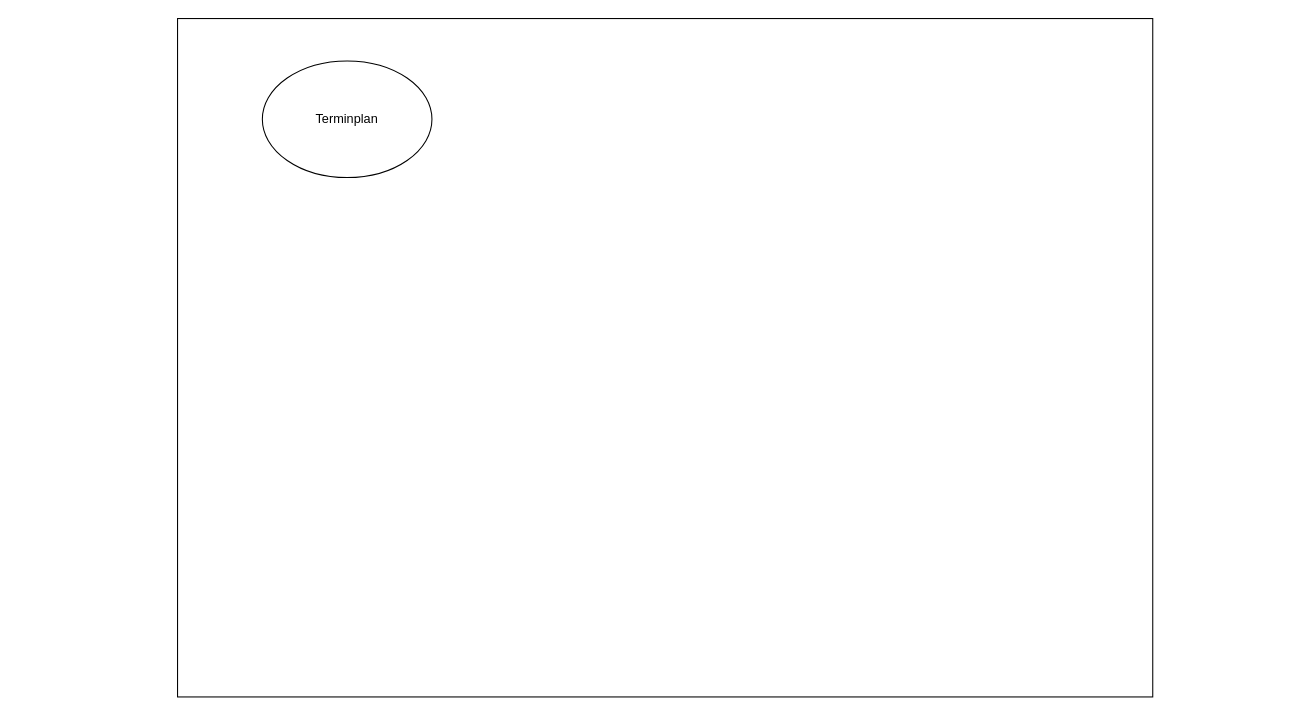
koemre/uml-SE-ClinicPlannerSystems keeps this draw.io diagram as Unbenanntes Diagramm.drawio. Above is the earlier version. Source tidied: cells renumbered, new cells numbered last; positions are measured from the earlier drawing's top-left corner, leaving out a move shared by most shapes. Both pictures are drawn from the tidied source at 106%, with x=0, y=0 at pixel (177, 18).
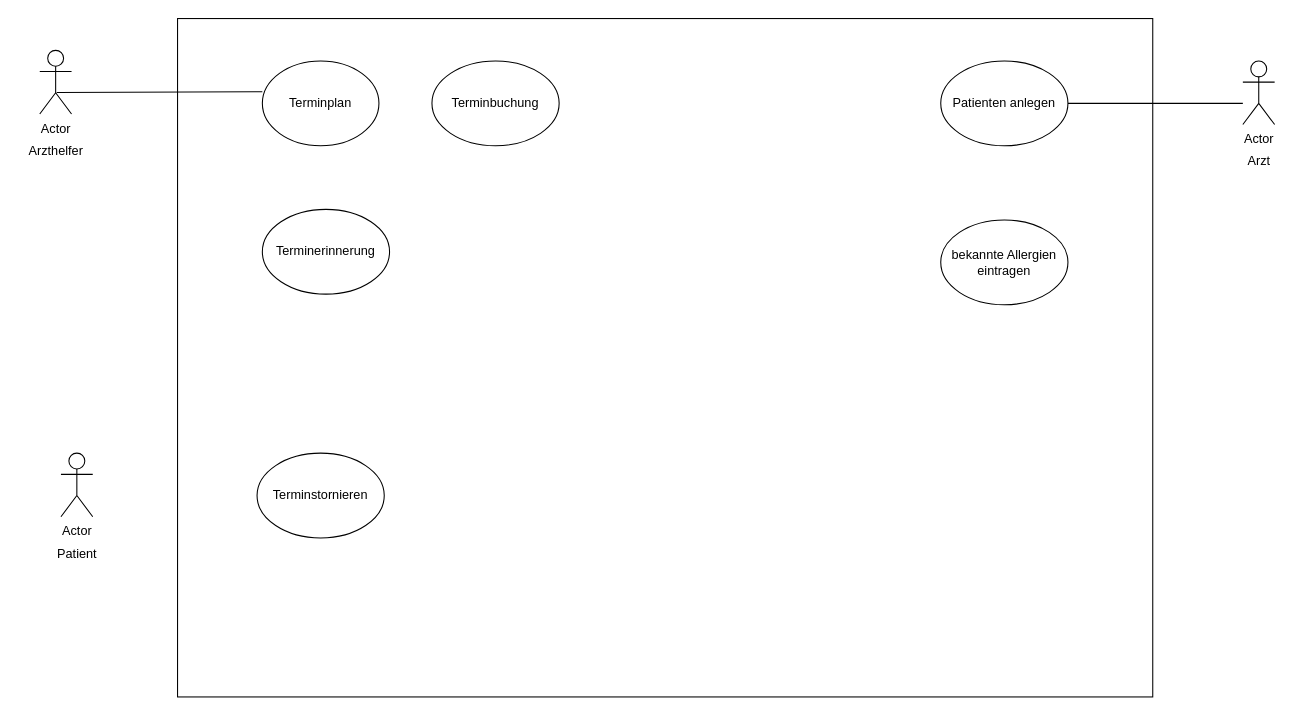
The same diagram, later.

Change to the diagram source:
```diff
@@
 <mxGraphModel>
   <root>
     <mxCell id="0" />
     <mxCell id="1" parent="0" />
     <mxCell id="2" style="rounded=0;whiteSpace=wrap;html=1;fillColor=none;" parent="1" vertex="1">
       <mxGeometry width="920" height="640" as="geometry" />
     </mxCell>
     <mxCell id="3" value="Terminplan" style="ellipse;whiteSpace=wrap;html=1;align=center;" parent="1" vertex="1">
-      <mxGeometry x="80" y="40" width="160" height="110" as="geometry" />
+      <mxGeometry x="80" y="40" width="110" height="80" as="geometry" />
     </mxCell>
+    <mxCell id="4" value="Arzthelfer" style="text;html=1;align=center;verticalAlign=middle;strokeColor=none;fillColor=none;" parent="1" vertex="1">
+      <mxGeometry x="-150" y="110" width="70" height="30" as="geometry" />
+    </mxCell>
+    <mxCell id="5" value="Terminbuchung" style="ellipse;whiteSpace=wrap;html=1;" parent="1" vertex="1">
+      <mxGeometry x="240" y="40" width="120" height="80" as="geometry" />
+    </mxCell>
+    <mxCell id="6" value="Terminerinnerung" style="ellipse;whiteSpace=wrap;html=1;" parent="1" vertex="1">
+      <mxGeometry x="80" y="180" width="120" height="80" as="geometry" />
+    </mxCell>
+    <mxCell id="7" value="Actor" style="shape=umlActor;verticalLabelPosition=bottom;verticalAlign=top;html=1;" parent="1" vertex="1">
+      <mxGeometry x="-110" y="410" width="30" height="60" as="geometry" />
+    </mxCell>
+    <mxCell id="8" value="Actor" style="shape=umlActor;verticalLabelPosition=bottom;verticalAlign=top;html=1;" parent="1" vertex="1">
+      <mxGeometry x="-130" y="30" width="30" height="60" as="geometry" />
+    </mxCell>
+    <mxCell id="9" value="Patient" style="text;html=1;align=center;verticalAlign=middle;strokeColor=none;fillColor=none;" parent="1" vertex="1">
+      <mxGeometry x="-125" y="490" width="60" height="30" as="geometry" />
+    </mxCell>
+    <mxCell id="10" value="Terminstornieren" style="ellipse;whiteSpace=wrap;html=1;" parent="1" vertex="1">
+      <mxGeometry x="75" y="410" width="120" height="80" as="geometry" />
+    </mxCell>
+    <mxCell id="11" value="Actor" style="shape=umlActor;verticalLabelPosition=bottom;verticalAlign=top;html=1;" parent="1" vertex="1">
+      <mxGeometry x="1005" y="40" width="30" height="60" as="geometry" />
+    </mxCell>
+    <mxCell id="12" value="Arzt" style="text;html=1;align=center;verticalAlign=middle;strokeColor=none;fillColor=none;" parent="1" vertex="1">
+      <mxGeometry x="1000" y="120" width="40" height="30" as="geometry" />
+    </mxCell>
+    <mxCell id="13" value="Patienten anlegen" style="ellipse;whiteSpace=wrap;html=1;" parent="1" vertex="1">
+      <mxGeometry x="720" y="40" width="120" height="80" as="geometry" />
+    </mxCell>
+    <mxCell id="14" style="endArrow=none;html=1;rounded=0;exitX=1;exitY=0.5;exitDx=0;exitDy=0;" parent="1" edge="1" source="13">
+      <mxGeometry relative="1" as="geometry">
+        <mxPoint x="1005" y="80" as="targetPoint" />
+      </mxGeometry>
+    </mxCell>
+    <mxCell id="15" style="endArrow=none;html=1;rounded=0;" parent="1" edge="1">
+      <mxGeometry relative="1" as="geometry">
+        <mxPoint x="-114" y="69.7" as="sourcePoint" />
+        <mxPoint x="80" y="69" as="targetPoint" />
+      </mxGeometry>
+    </mxCell>
+    <mxCell id="16" value="bekannte Allergien eintragen" style="ellipse;whiteSpace=wrap;html=1;" parent="1" vertex="1">
+      <mxGeometry x="720" y="190" width="120" height="80" as="geometry" />
+    </mxCell>
   </root>
 </mxGraphModel>
```
